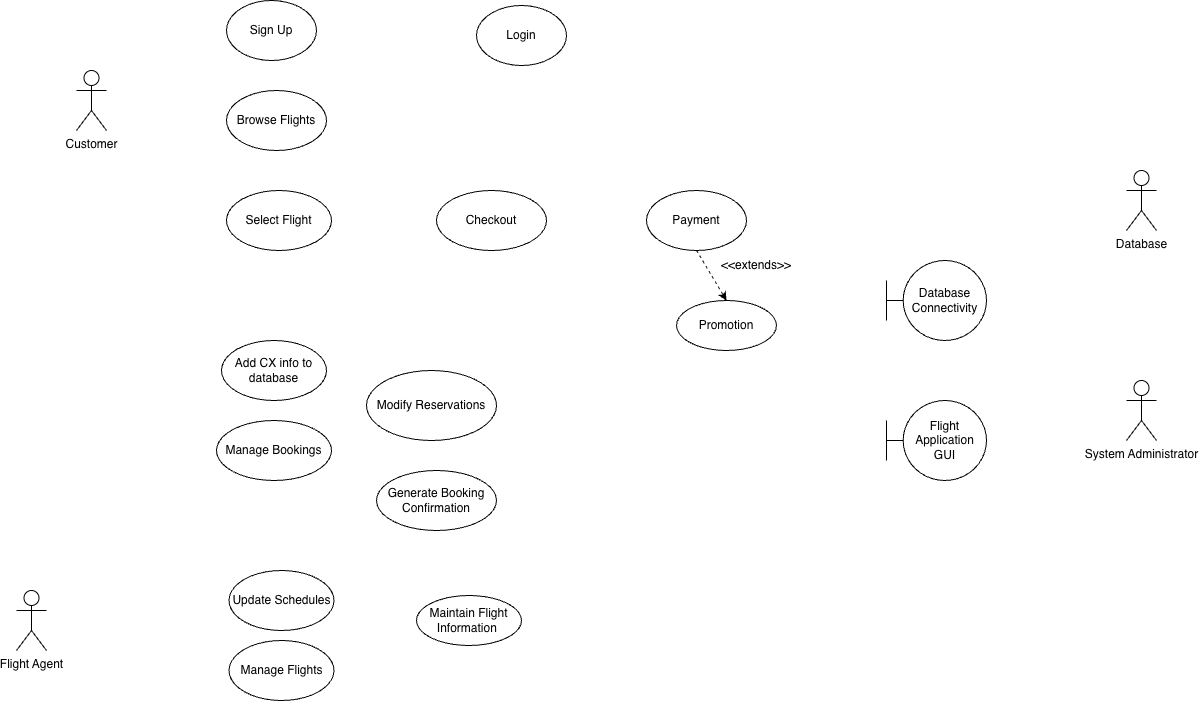
The draw.io diagram SystemUseCaseDiagram.drawio.png in aditi-j25/ENSF_480_Term_project, before a commit. Source tidied: cells renumbered, new cells last; positions are measured from the earlier drawing's top-left corner, leaving out a move shared by most shapes.
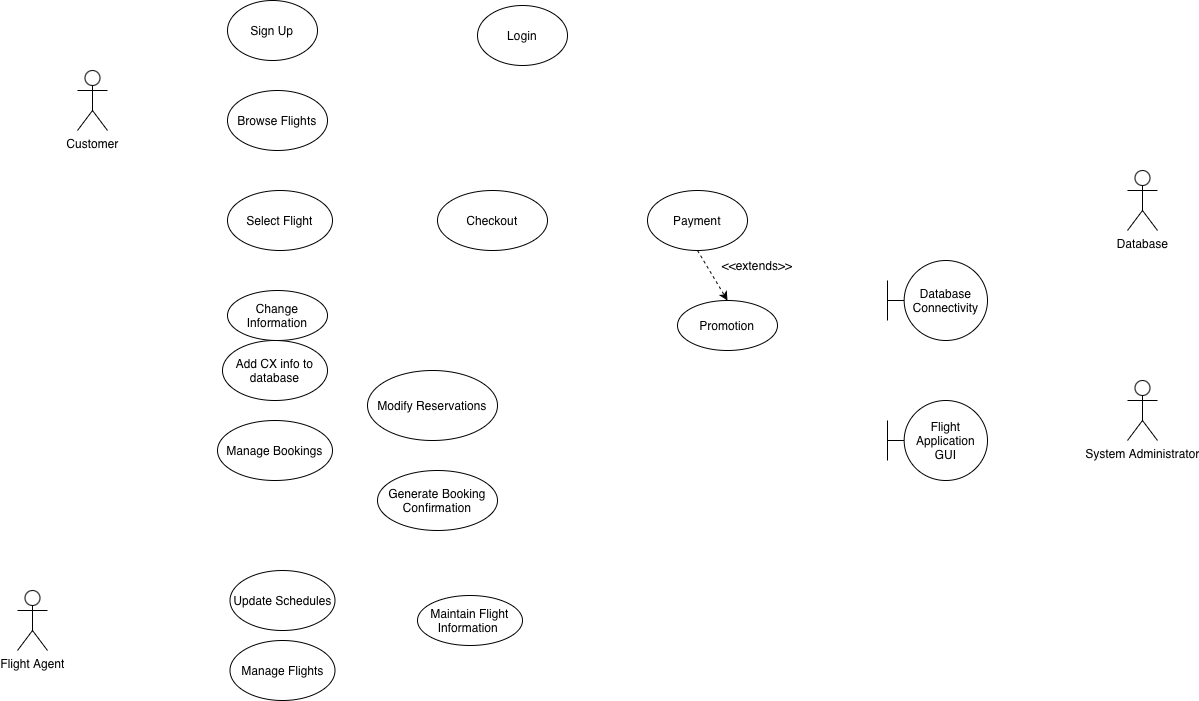
The same diagram one commit later.

Change to the diagram source:
```diff
@@ -59,6 +59,9 @@
     <mxCell id="20" value="Update Schedules" style="ellipse;whiteSpace=wrap;html=1;" parent="1" vertex="1">
       <mxGeometry x="212.5" y="570" width="105" height="60" as="geometry" />
     </mxCell>
+    <mxCell id="24" value="Change &lt;span style=&quot;white-space: pre;&quot;&gt;Information&lt;/span&gt;" style="ellipse;whiteSpace=wrap;html=1;" parent="1" vertex="1">
+      <mxGeometry x="210" y="290" width="100" height="50" as="geometry" />
+    </mxCell>
     <mxCell id="21" value="Manage Bookings" style="ellipse;whiteSpace=wrap;html=1;" parent="1" vertex="1">
       <mxGeometry x="200" y="420" width="115" height="60" as="geometry" />
     </mxCell>
```
